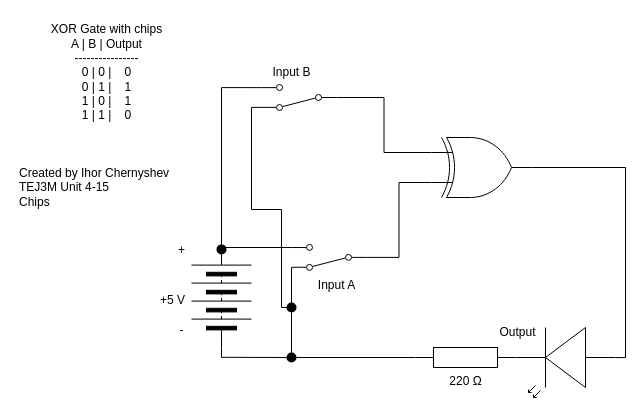
The draw.io diagram 4-16/schematic_diagram.drawio in ihor-chernyshev/TEJ3M-Unit-4, before the edit. Source tidied: cells renumbered, new cells numbered last; positions are measured from the earlier drawing's top-left corner, leaving out a move shared by most shapes. Both pictures are drawn from the tidied source at 100%, with x=0, y=0 at pixel (17, 17).
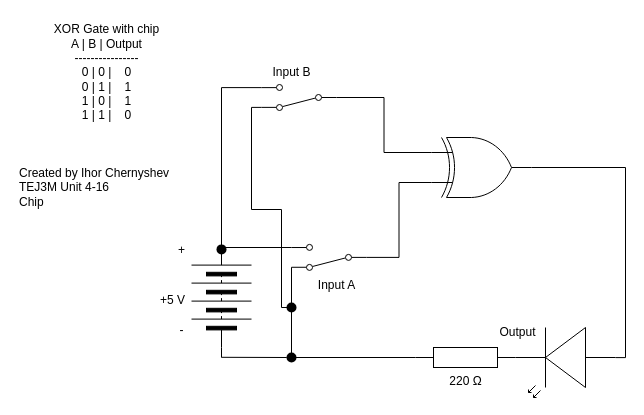
After the change.

Diff of the diagram source:
```diff
@@
-    <mxCell id="7" value="Created by Ihor Chernyshev&lt;div&gt;TEJ3M Unit 4-15&lt;/div&gt;&lt;div&gt;Chips&lt;/div&gt;" style="text;html=1;align=left;verticalAlign=middle;strokeColor=none;fillColor=none;" parent="1" vertex="1">
+    <mxCell id="7" value="Created by Ihor Chernyshev&lt;div&gt;TEJ3M Unit 4-16&lt;/div&gt;&lt;div&gt;Chip&lt;/div&gt;" style="text;html=1;align=left;verticalAlign=middle;strokeColor=none;fillColor=none;" parent="1" vertex="1">
       <mxGeometry y="140" width="180" height="60" as="geometry" />
     </mxCell>
@@
-    <mxCell id="11" value="&lt;div&gt;&lt;font color=&quot;#000000&quot;&gt;XOR Gate with chips&lt;/font&gt;&lt;/div&gt;&lt;div&gt;&lt;font color=&quot;#000000&quot;&gt;A | B | Output&lt;/font&gt;&lt;/div&gt;&lt;div&gt;&lt;font color=&quot;#000000&quot;&gt;----------------&lt;/font&gt;&lt;/div&gt;&lt;div&gt;&lt;font color=&quot;#000000&quot;&gt;0 | 0 |&amp;nbsp; &amp;nbsp; 0&lt;/font&gt;&lt;/div&gt;&lt;div&gt;&lt;font color=&quot;#000000&quot;&gt;0 | 1 |&amp;nbsp; &amp;nbsp; 1&lt;/font&gt;&lt;/div&gt;&lt;div&gt;&lt;font color=&quot;#000000&quot;&gt;1 | 0 |&amp;nbsp; &amp;nbsp; 1&lt;/font&gt;&lt;/div&gt;&lt;div&gt;&lt;font color=&quot;#000000&quot;&gt;1 | 1 |&amp;nbsp; &amp;nbsp; 0&lt;/font&gt;&lt;/div&gt;" style="text;html=1;align=center;verticalAlign=middle;strokeColor=none;fillColor=none;" parent="1" vertex="1">
-      <mxGeometry x="19" width="140" height="110" as="geometry" />
+    <mxCell id="11" value="&lt;div&gt;&lt;font color=&quot;#000000&quot;&gt;XOR Gate with chip&lt;/font&gt;&lt;/div&gt;&lt;div&gt;&lt;font color=&quot;#000000&quot;&gt;A | B | Output&lt;/font&gt;&lt;/div&gt;&lt;div&gt;&lt;font color=&quot;#000000&quot;&gt;----------------&lt;/font&gt;&lt;/div&gt;&lt;div&gt;&lt;font color=&quot;#000000&quot;&gt;0 | 0 |&amp;nbsp; &amp;nbsp; 0&lt;/font&gt;&lt;/div&gt;&lt;div&gt;&lt;font color=&quot;#000000&quot;&gt;0 | 1 |&amp;nbsp; &amp;nbsp; 1&lt;/font&gt;&lt;/div&gt;&lt;div&gt;&lt;font color=&quot;#000000&quot;&gt;1 | 0 |&amp;nbsp; &amp;nbsp; 1&lt;/font&gt;&lt;/div&gt;&lt;div&gt;&lt;font color=&quot;#000000&quot;&gt;1 | 1 |&amp;nbsp; &amp;nbsp; 0&lt;/font&gt;&lt;/div&gt;" style="text;html=1;align=center;verticalAlign=middle;strokeColor=none;fillColor=none;" parent="1" vertex="1">
+      <mxGeometry x="24" width="130" height="110" as="geometry" />
     </mxCell>
```
